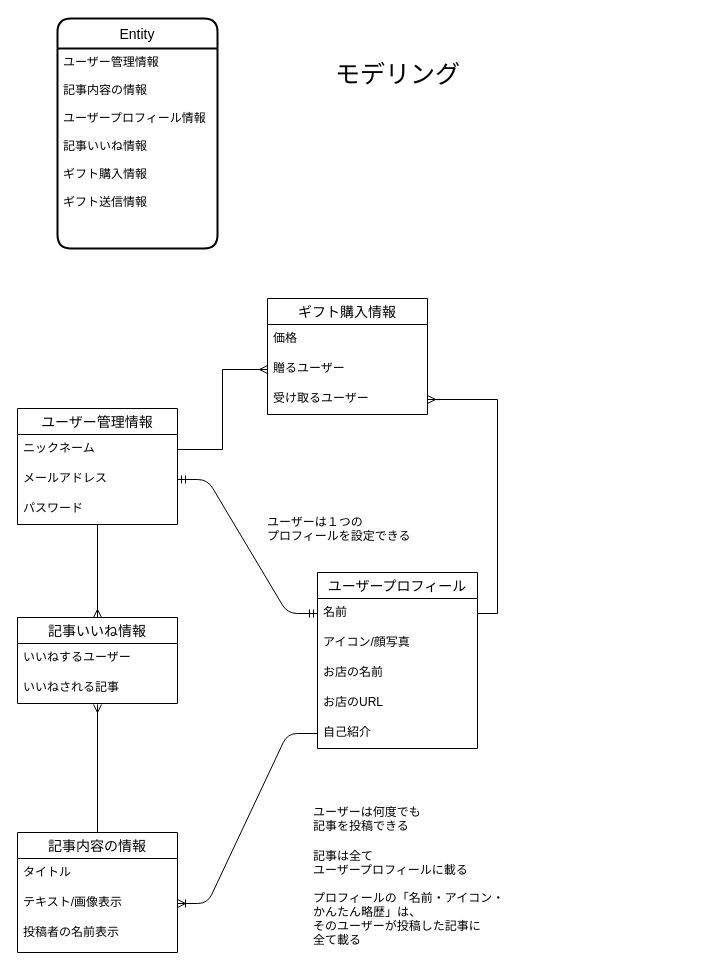
Above: youme_Modeling.dio in yait-ucess/YouMe (draw.io), before the change. Source tidied: cells renumbered, new cells numbered last; positions are measured from the earlier drawing's top-left corner, leaving out a move shared by most shapes. Both pictures are drawn from the tidied source at 100%, with x=0, y=0 at pixel (17, 18).
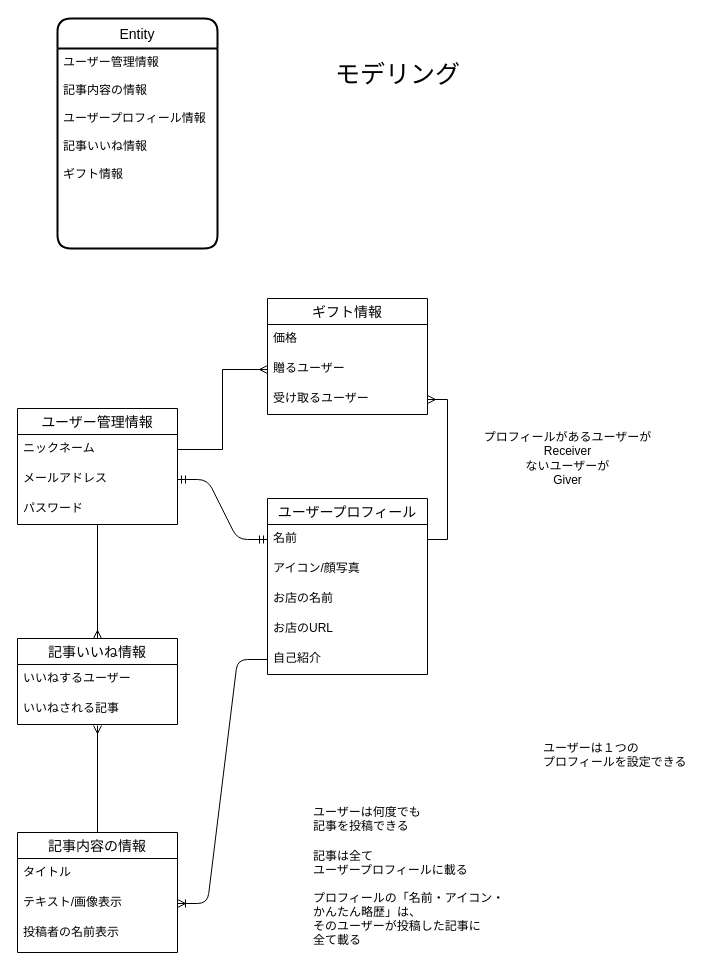
After the change.

The change refers to these unchanged cells:
```xml
<mxCell id="2" value="Entity" style="swimlane;horizontal=1;startSize=30;rounded=1;fontSize=14;fontStyle=0;strokeWidth=2;shadow=0;dashed=0;align=center;" parent="1" vertex="1">
  <mxGeometry x="40" width="160" height="230" as="geometry" />
</mxCell>
```

Diff of the diagram source:
```diff
@@
-    <mxCell id="3" value="ユーザー管理情報&#10;&#10;記事内容の情報&#10;&#10;ユーザープロフィール情報&#10;&#10;記事いいね情報&#10;&#10;ギフト購入情報&#10;&#10;ギフト送信情報&#10;&#10;" style="align=left;strokeColor=none;fillColor=none;spacingLeft=4;fontSize=12;verticalAlign=top;" parent="2" vertex="1">
+    <mxCell id="3" value="ユーザー管理情報&#10;&#10;記事内容の情報&#10;&#10;ユーザープロフィール情報&#10;&#10;記事いいね情報&#10;&#10;ギフト情報&#10;" style="align=left;strokeColor=none;fillColor=none;spacingLeft=4;fontSize=12;verticalAlign=top;" parent="2" vertex="1">
       <mxGeometry y="30" width="160" height="200" as="geometry" />
     </mxCell>
@@
     <mxCell id="16" value="ユーザーは１つの&#10;プロフィールを設定できる" style="text;strokeColor=none;fillColor=none;spacingLeft=4;spacingRight=4;overflow=hidden;fontSize=12;" parent="1" vertex="1">
-      <mxGeometry x="244" y="490" width="160" height="34" as="geometry" />
+      <mxGeometry x="520" y="716" width="160" height="34" as="geometry" />
     </mxCell>
     <mxCell id="17" value="ユーザープロフィール" style="swimlane;fontStyle=0;horizontal=1;startSize=26;align=center;fontSize=14;" parent="1" vertex="1">
-      <mxGeometry x="300" y="554" width="160" height="176" as="geometry" />
+      <mxGeometry x="250" y="480" width="160" height="176" as="geometry" />
     </mxCell>
@@
     <mxCell id="24" value="記事いいね情報" style="swimlane;fontStyle=0;horizontal=1;startSize=26;align=center;fontSize=14;" parent="1" vertex="1">
-      <mxGeometry y="599" width="160" height="86" as="geometry" />
+      <mxGeometry y="620" width="160" height="86" as="geometry" />
     </mxCell>
@@
-    <mxCell id="29" value="ギフト購入情報" style="swimlane;fontStyle=0;horizontal=1;startSize=26;align=center;fontSize=14;" parent="1" vertex="1">
+    <mxCell id="29" value="ギフト情報" style="swimlane;fontStyle=0;horizontal=1;startSize=26;align=center;fontSize=14;" parent="1" vertex="1">
       <mxGeometry x="250" y="280" width="160" height="116" as="geometry" />
     </mxCell>
@@
+    <mxCell id="35" value="プロフィールがあるユーザーが&lt;br&gt;Receiver&lt;br&gt;ないユーザーが&lt;br&gt;Giver" style="text;html=1;align=center;verticalAlign=middle;" parent="1" vertex="1">
+      <mxGeometry x="460" y="410" width="180" height="60" as="geometry" />
+    </mxCell>
```
